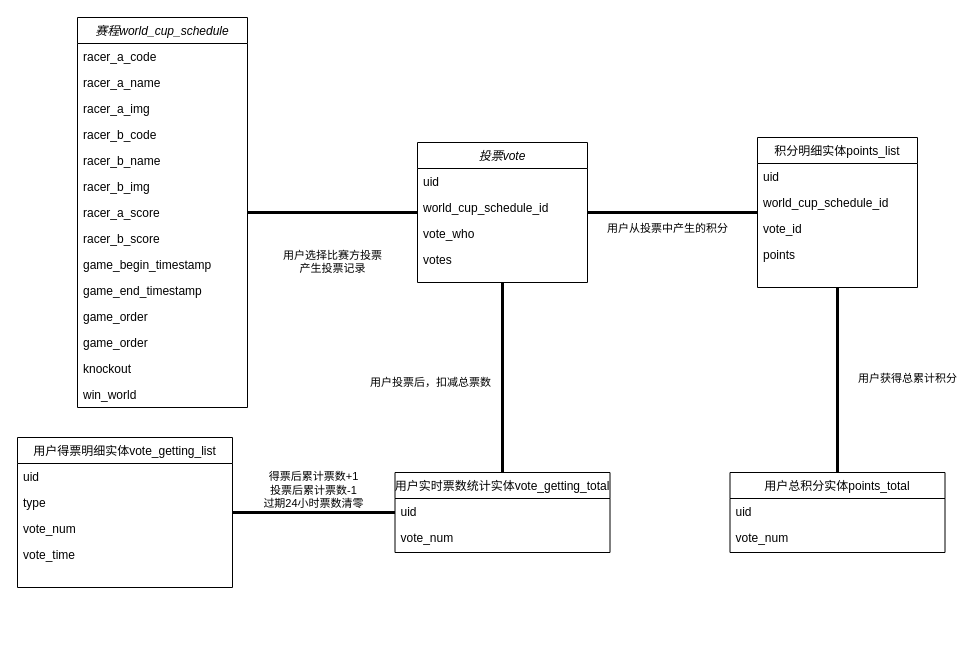
The draw.io diagram H5世界杯活动类图.drawio in milletzhu/datasource, before the edit. Source tidied: cells renumbered, new cells numbered last; positions are measured from the earlier drawing's top-left corner, leaving out a move shared by most shapes. Both pictures are drawn from the tidied source at 100%, with x=0, y=0 at pixel (17, 17).
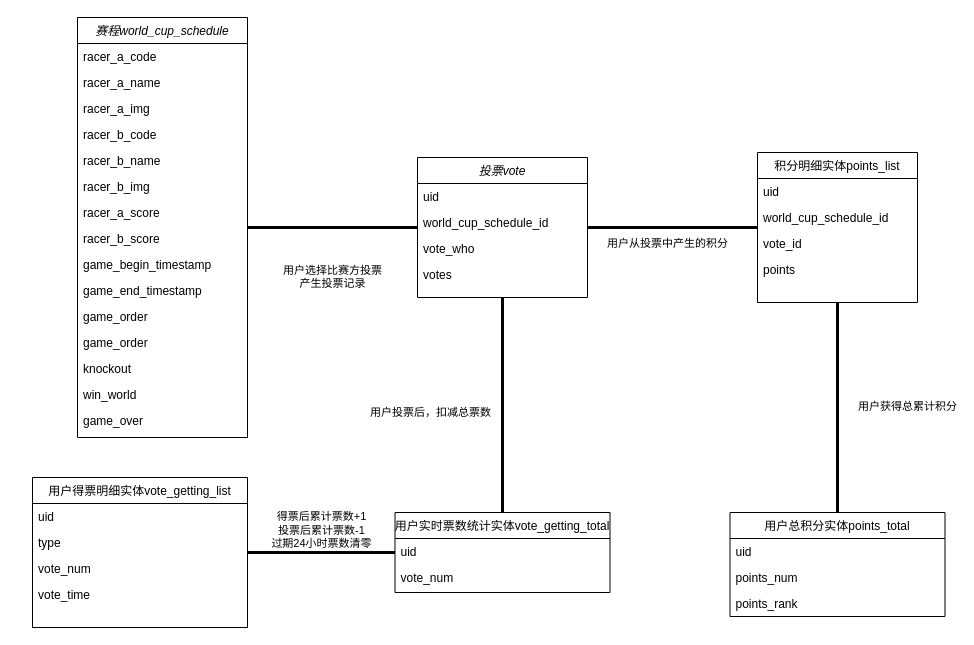
Above is the later version.

Commit message (it also covers changes not shown here):
更新H5世界杯活动类图.drawio

What changed in the source:
```diff
@@
     <mxCell id="2" value="赛程world_cup_schedule" style="swimlane;fontStyle=2;align=center;verticalAlign=top;horizontal=1;startSize=26;rounded=0;shadow=0;strokeWidth=1;" parent="1" vertex="1">
-      <mxGeometry x="60" width="170" height="390" as="geometry" />
+      <mxGeometry x="60" width="170" height="420" as="geometry" />
     </mxCell>
@@
+    <mxCell id="43" value="game_over" style="text;align=left;verticalAlign=top;spacingLeft=4;spacingRight=4;overflow=hidden;" parent="2" vertex="1">
+      <mxGeometry y="390" width="170" height="26" as="geometry" />
+    </mxCell>
     <mxCell id="17" value="积分明细实体points_list" style="swimlane;fontStyle=0;align=center;verticalAlign=top;horizontal=1;startSize=26;rounded=0;shadow=0;strokeWidth=1;" parent="1" vertex="1">
-      <mxGeometry x="740" y="120" width="160" height="150" as="geometry" />
+      <mxGeometry x="740" y="135" width="160" height="150" as="geometry" />
     </mxCell>
@@
     <mxCell id="22" value="用户得票明细实体vote_getting_list" style="swimlane;fontStyle=0;align=center;verticalAlign=top;horizontal=1;startSize=26;rounded=0;shadow=0;strokeWidth=1;" parent="1" vertex="1">
-      <mxGeometry y="420" width="215" height="150" as="geometry" />
+      <mxGeometry x="15" y="460" width="215" height="150" as="geometry" />
     </mxCell>
@@
     <mxCell id="27" value="投票vote" style="swimlane;fontStyle=2;align=center;verticalAlign=top;horizontal=1;startSize=26;rounded=0;shadow=0;strokeWidth=1;" parent="1" vertex="1">
-      <mxGeometry x="400" y="125" width="170" height="140" as="geometry" />
+      <mxGeometry x="400" y="140" width="170" height="140" as="geometry" />
     </mxCell>
@@
     <mxCell id="33" value="用户实时票数统计实体vote_getting_total" style="swimlane;fontStyle=0;align=center;verticalAlign=top;horizontal=1;startSize=26;rounded=0;shadow=0;strokeWidth=1;" parent="1" vertex="1">
-      <mxGeometry x="377.5" y="455" width="215" height="80" as="geometry" />
+      <mxGeometry x="377.5" y="495" width="215" height="80" as="geometry" />
     </mxCell>
@@
     <mxCell id="39" value="用户总积分实体points_total" style="swimlane;fontStyle=0;align=center;verticalAlign=top;horizontal=1;startSize=26;rounded=0;shadow=0;strokeWidth=1;" parent="1" vertex="1">
-      <mxGeometry x="712.5" y="455" width="215" height="80" as="geometry" />
+      <mxGeometry x="712.5" y="495" width="215" height="104" as="geometry" />
     </mxCell>
@@
-    <mxCell id="41" value="vote_num" style="text;align=left;verticalAlign=top;spacingLeft=4;spacingRight=4;overflow=hidden;rounded=0;shadow=0;html=0;" parent="39" vertex="1">
+    <mxCell id="41" value="points_num" style="text;align=left;verticalAlign=top;spacingLeft=4;spacingRight=4;overflow=hidden;rounded=0;shadow=0;html=0;" parent="39" vertex="1">
       <mxGeometry y="52" width="215" height="26" as="geometry" />
     </mxCell>
+    <mxCell id="44" value="points_rank" style="text;align=left;verticalAlign=top;spacingLeft=4;spacingRight=4;overflow=hidden;rounded=0;shadow=0;html=0;" parent="39" vertex="1">
+      <mxGeometry y="78" width="215" height="26" as="geometry" />
+    </mxCell>
```
